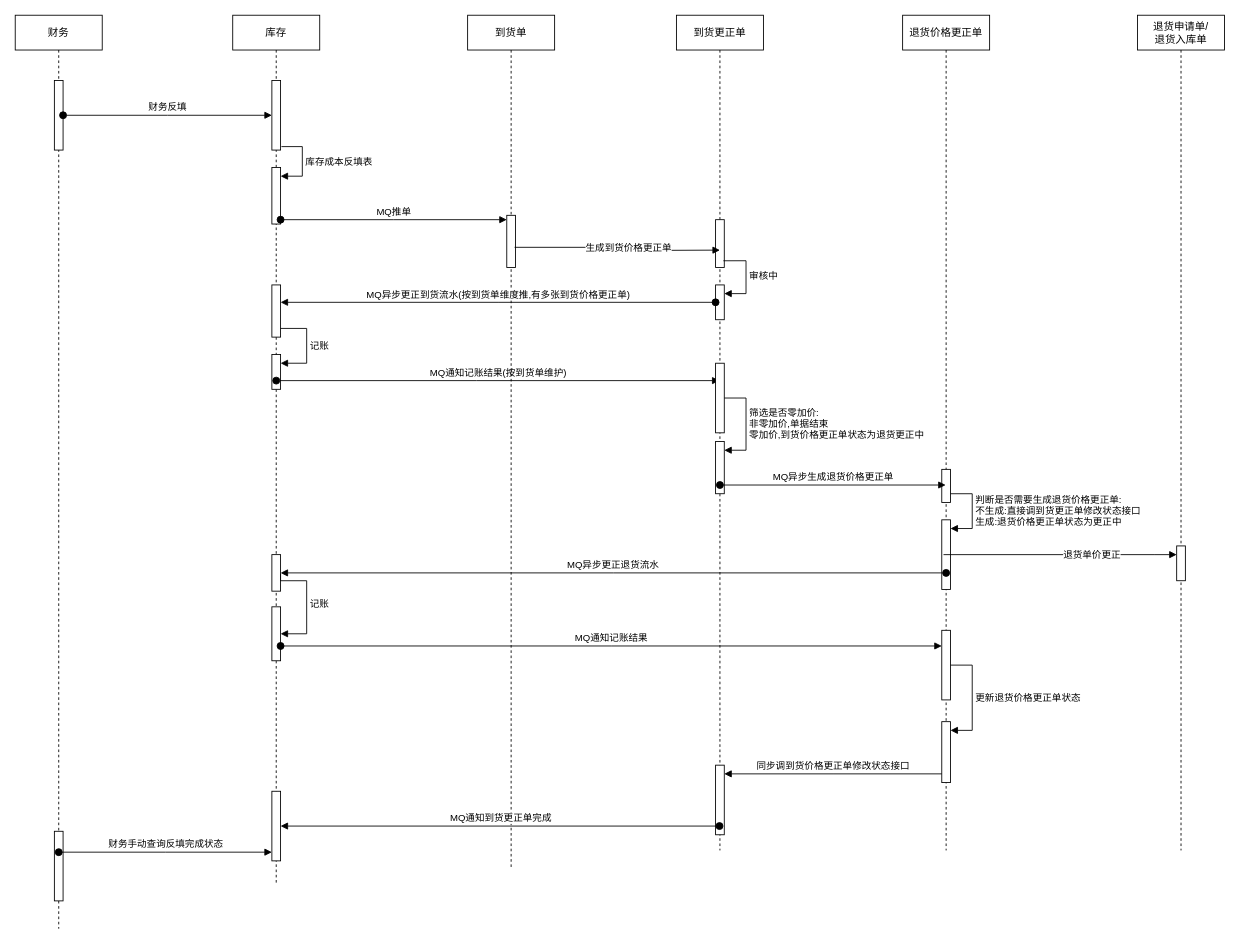
Before: 退货价格更正.drawio in fengj1202/draw, a draw.io diagram. Source tidied: cells renumbered, new cells numbered last; positions are measured from the earlier drawing's top-left corner, leaving out a move shared by most shapes. Both pictures are drawn from the tidied source at 87%, with x=0, y=0 at pixel (15, 15).
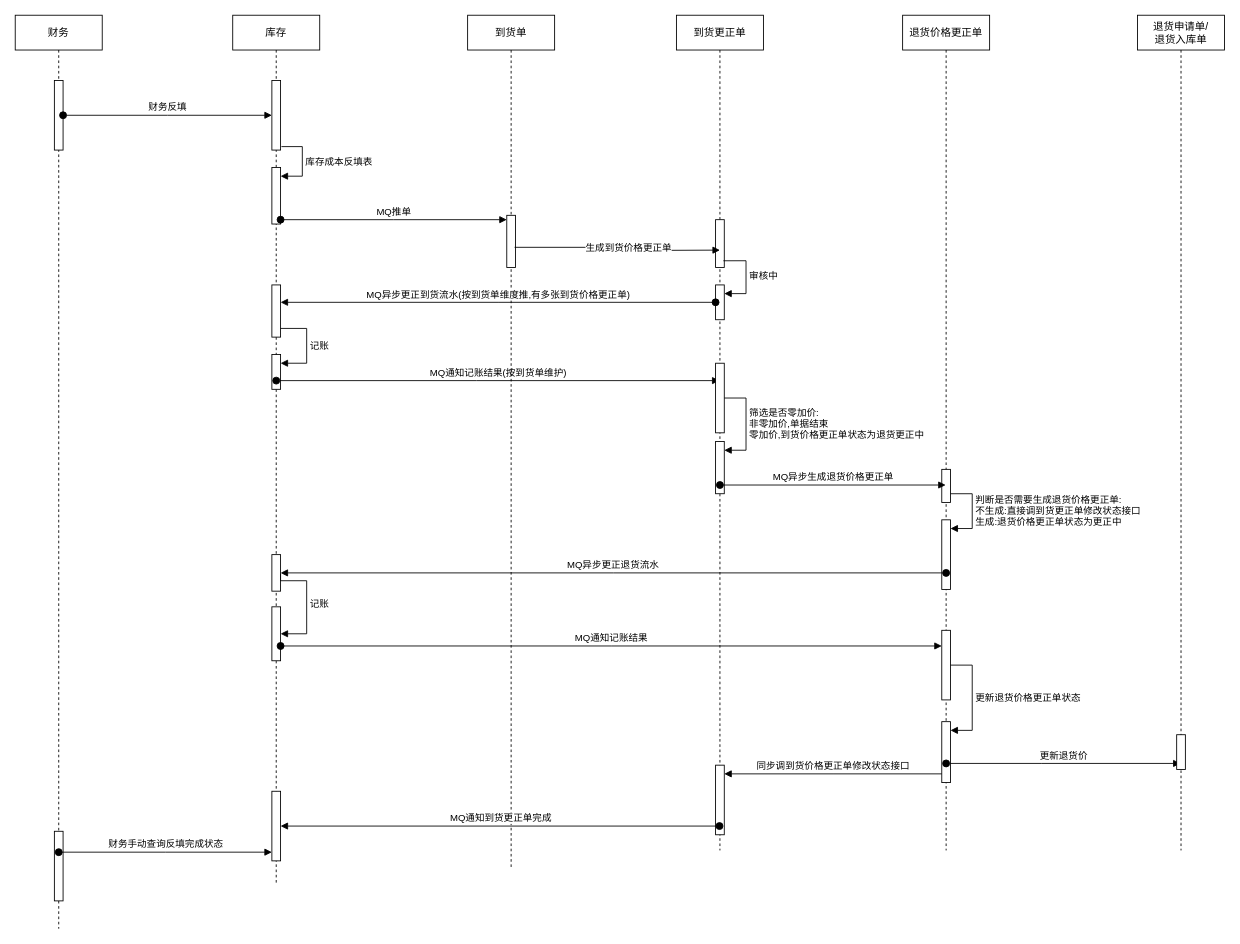
Above is the later version.

Commit message:
更新退货价格更正.drawio

Unchanged cells that the change refers to:
```xml
<mxCell id="26" value="退货价格更正单" style="shape=umlLifeline;perimeter=lifelinePerimeter;whiteSpace=wrap;html=1;" parent="1" vertex="1">
  <mxGeometry x="1020" width="100" height="960" as="geometry" />
</mxCell>
<mxCell id="31" style="html=1;points=[];perimeter=orthogonalPerimeter;outlineConnect=0;targetShapes=umlLifeline;portConstraint=eastwest;newEdgeStyle={&quot;edgeStyle&quot;:&quot;elbowEdgeStyle&quot;,&quot;elbow&quot;:&quot;vertical&quot;,&quot;curved&quot;:0,&quot;rounded&quot;:0};" parent="26" vertex="1">
  <mxGeometry x="45" y="580" width="10" height="80" as="geometry" />
</mxCell>
<mxCell id="44" value="退货申请单/&lt;br&gt;退货入库单" style="shape=umlLifeline;perimeter=lifelinePerimeter;whiteSpace=wrap;html=1;outlineConnect=0;" parent="1" vertex="1">
  <mxGeometry x="1290" width="100" height="960" as="geometry" />
</mxCell>
```

The edit, as a diff of the source:
```diff
@@
+    <mxCell id="47" value="更新退货价" style="html=1;verticalAlign=bottom;startArrow=oval;startFill=1;endArrow=block;startSize=8;edgeStyle=elbowEdgeStyle;elbow=vertical;curved=0;rounded=0;" parent="26" edge="1" target="44">
+      <mxGeometry relative="1" as="geometry">
+        <mxPoint x="50" y="860" as="sourcePoint" />
+      </mxGeometry>
+    </mxCell>
@@
     <mxCell id="45" style="html=1;points=[];perimeter=orthogonalPerimeter;outlineConnect=0;targetShapes=umlLifeline;portConstraint=eastwest;newEdgeStyle={&quot;edgeStyle&quot;:&quot;elbowEdgeStyle&quot;,&quot;elbow&quot;:&quot;vertical&quot;,&quot;curved&quot;:0,&quot;rounded&quot;:0};" parent="44" vertex="1">
-      <mxGeometry x="45" y="610" width="10" height="40" as="geometry" />
+      <mxGeometry x="45" y="827" width="10" height="40" as="geometry" />
     </mxCell>
-    <mxCell id="46" value="退货单价更正" style="html=1;align=left;spacingLeft=2;endArrow=block;rounded=0;edgeStyle=orthogonalEdgeStyle;curved=0;rounded=0;exitX=0.2;exitY=0.5;exitDx=0;exitDy=0;exitPerimeter=0;" parent="1" edge="1" source="31" target="45">
-      <mxGeometry relative="1" as="geometry">
-        <Array as="points">
-          <mxPoint x="1310" y="620" />
-          <mxPoint x="1310" y="620" />
-        </Array>
-      </mxGeometry>
-    </mxCell>
```
